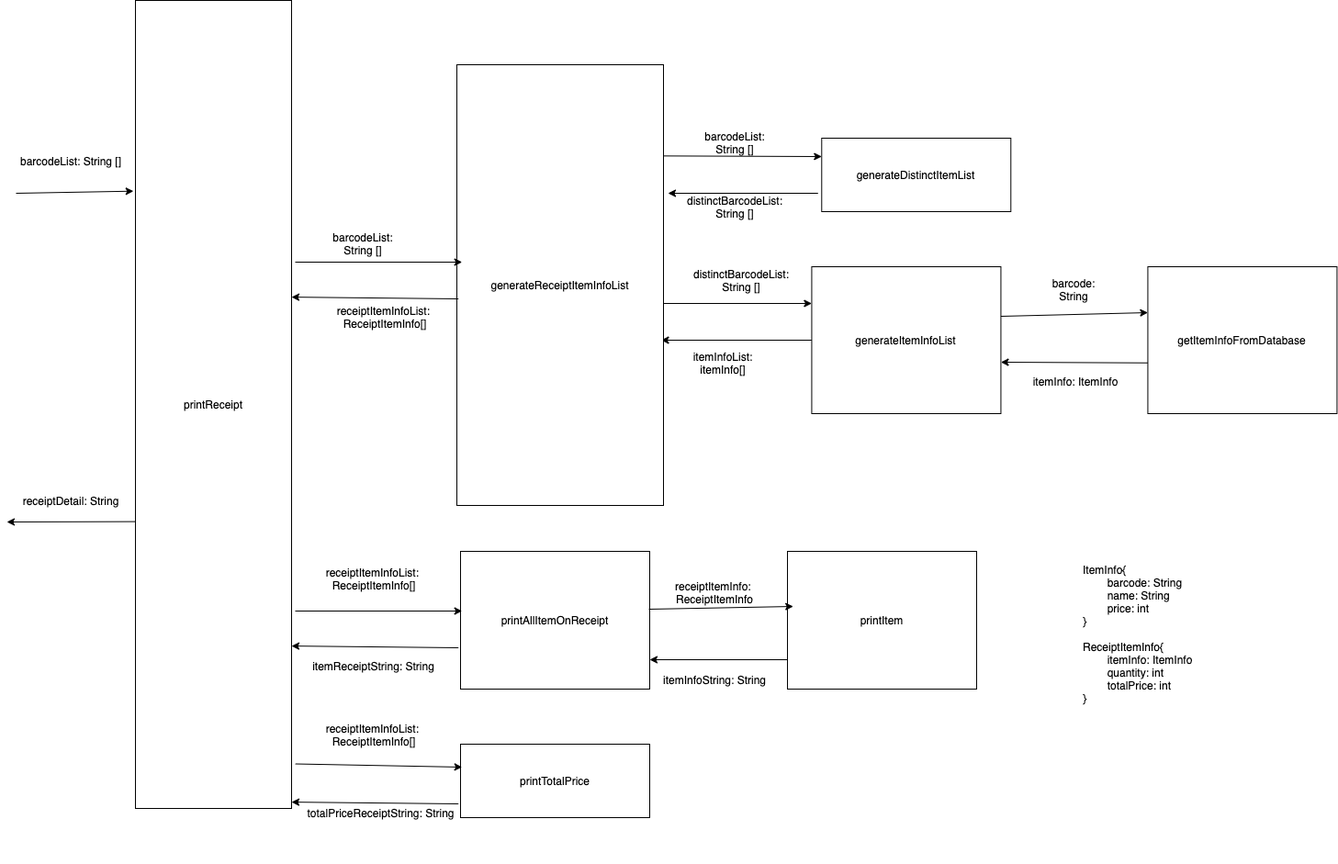
This is POSmachine.png from BennyYuen09/POSMachine, a draw.io export, as it was before one commit. Source tidied: cells renumbered, new cells last; positions are measured from the earlier drawing's top-left corner, leaving out a move shared by most shapes.
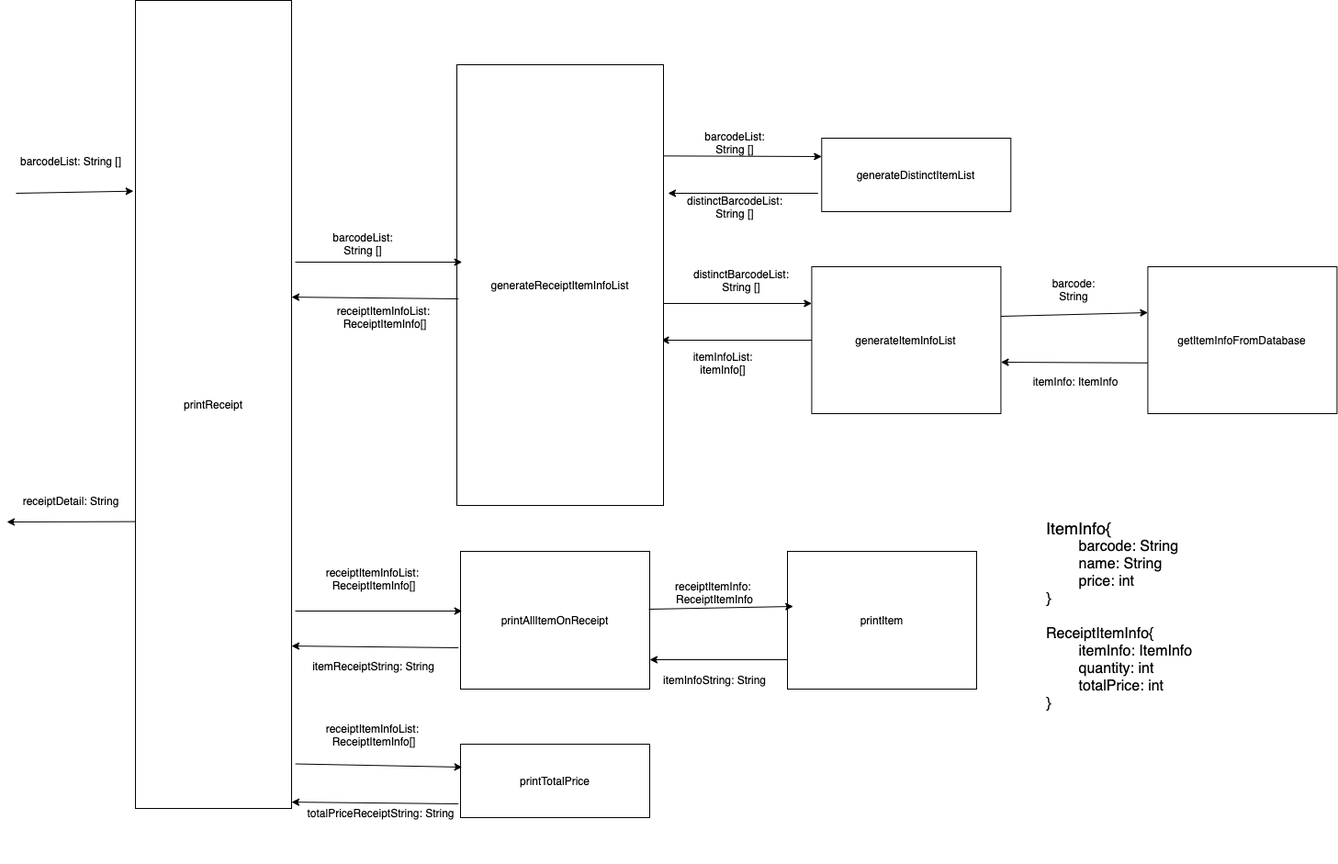
After the change.

Commit message:
[PosMachine][Benny] refact: modify the code for better coding practice

Change to the diagram source:
```diff
@@ -108,8 +108,8 @@
     <mxCell id="27" value="itemInfoString: String" style="text;html=1;strokeColor=none;fillColor=none;align=center;verticalAlign=middle;whiteSpace=wrap;rounded=0;" parent="1" vertex="1">
       <mxGeometry x="702.4" y="720" width="137.6" height="40" as="geometry" />
     </mxCell>
-    <mxCell id="28" value="ItemInfo{&lt;br&gt;&lt;div&gt;&lt;span style=&quot;white-space: pre&quot;&gt;&#9;&lt;/span&gt;barcode: String&lt;br&gt;&lt;/div&gt;&lt;div&gt;&lt;span style=&quot;white-space: pre&quot;&gt;&#9;&lt;/span&gt;name: String&lt;br&gt;&lt;/div&gt;&lt;div&gt;&lt;span style=&quot;white-space: pre&quot;&gt;&#9;&lt;/span&gt;price: int&lt;br&gt;&lt;/div&gt;&lt;div&gt;&lt;span&gt;}&lt;/span&gt;&lt;/div&gt;&lt;div&gt;&lt;span&gt;&lt;br&gt;&lt;/span&gt;&lt;/div&gt;&lt;div&gt;&lt;span&gt;ReceiptItemInfo{&lt;/span&gt;&lt;/div&gt;&lt;div&gt;&lt;span&gt;&lt;span style=&quot;white-space: pre&quot;&gt;&#9;&lt;/span&gt;itemInfo: ItemInfo&lt;br&gt;&lt;/span&gt;&lt;/div&gt;&lt;div&gt;&lt;span&gt;&lt;span style=&quot;white-space: pre&quot;&gt;&#9;&lt;/span&gt;quantity: int&lt;br&gt;&lt;/span&gt;&lt;/div&gt;&lt;div&gt;&lt;span&gt;&lt;span style=&quot;white-space: pre&quot;&gt;&#9;&lt;/span&gt;totalPrice: int&lt;br&gt;&lt;/span&gt;&lt;/div&gt;&lt;div&gt;&lt;span&gt;}&lt;/span&gt;&lt;/div&gt;" style="text;html=1;strokeColor=none;fillColor=none;align=left;verticalAlign=middle;whiteSpace=wrap;rounded=0;" parent="1" vertex="1">
-      <mxGeometry x="1170" y="620" width="180" height="140" as="geometry" />
+    <mxCell id="28" value="&lt;font style=&quot;font-size: 18px&quot;&gt;ItemInfo{&lt;br&gt;&lt;/font&gt;&lt;div&gt;&lt;font size=&quot;3&quot;&gt;&lt;span style=&quot;white-space: pre&quot;&gt;&#9;&lt;/span&gt;barcode: String&lt;br&gt;&lt;/font&gt;&lt;/div&gt;&lt;div&gt;&lt;font size=&quot;3&quot;&gt;&lt;span style=&quot;white-space: pre&quot;&gt;&#9;&lt;/span&gt;name: String&lt;br&gt;&lt;/font&gt;&lt;/div&gt;&lt;div&gt;&lt;font size=&quot;3&quot;&gt;&lt;span style=&quot;white-space: pre&quot;&gt;&#9;&lt;/span&gt;price: int&lt;br&gt;&lt;/font&gt;&lt;/div&gt;&lt;div&gt;&lt;span&gt;&lt;font size=&quot;3&quot;&gt;}&lt;/font&gt;&lt;/span&gt;&lt;/div&gt;&lt;div&gt;&lt;span&gt;&lt;font size=&quot;3&quot;&gt;&lt;br&gt;&lt;/font&gt;&lt;/span&gt;&lt;/div&gt;&lt;div&gt;&lt;span&gt;&lt;font size=&quot;3&quot;&gt;ReceiptItemInfo{&lt;/font&gt;&lt;/span&gt;&lt;/div&gt;&lt;div&gt;&lt;span&gt;&lt;font size=&quot;3&quot;&gt;&lt;span style=&quot;white-space: pre&quot;&gt;&#9;&lt;/span&gt;itemInfo: ItemInfo&lt;br&gt;&lt;/font&gt;&lt;/span&gt;&lt;/div&gt;&lt;div&gt;&lt;span&gt;&lt;font size=&quot;3&quot;&gt;&lt;span style=&quot;white-space: pre&quot;&gt;&#9;&lt;/span&gt;quantity: int&lt;br&gt;&lt;/font&gt;&lt;/span&gt;&lt;/div&gt;&lt;div&gt;&lt;span&gt;&lt;font size=&quot;3&quot;&gt;&lt;span style=&quot;white-space: pre&quot;&gt;&#9;&lt;/span&gt;totalPrice: int&lt;br&gt;&lt;/font&gt;&lt;/span&gt;&lt;/div&gt;&lt;div&gt;&lt;span&gt;&lt;font size=&quot;3&quot;&gt;}&lt;/font&gt;&lt;/span&gt;&lt;/div&gt;" style="text;html=1;strokeColor=none;fillColor=none;align=left;verticalAlign=middle;whiteSpace=wrap;rounded=0;" parent="1" vertex="1">
+      <mxGeometry x="1130" y="580" width="220" height="180" as="geometry" />
     </mxCell>
     <mxCell id="29" value="itemInfoList: itemInfo[]" style="text;html=1;strokeColor=none;fillColor=none;align=center;verticalAlign=middle;whiteSpace=wrap;rounded=0;" parent="1" vertex="1">
       <mxGeometry x="730" y="380" width="100" height="30" as="geometry" />
```
